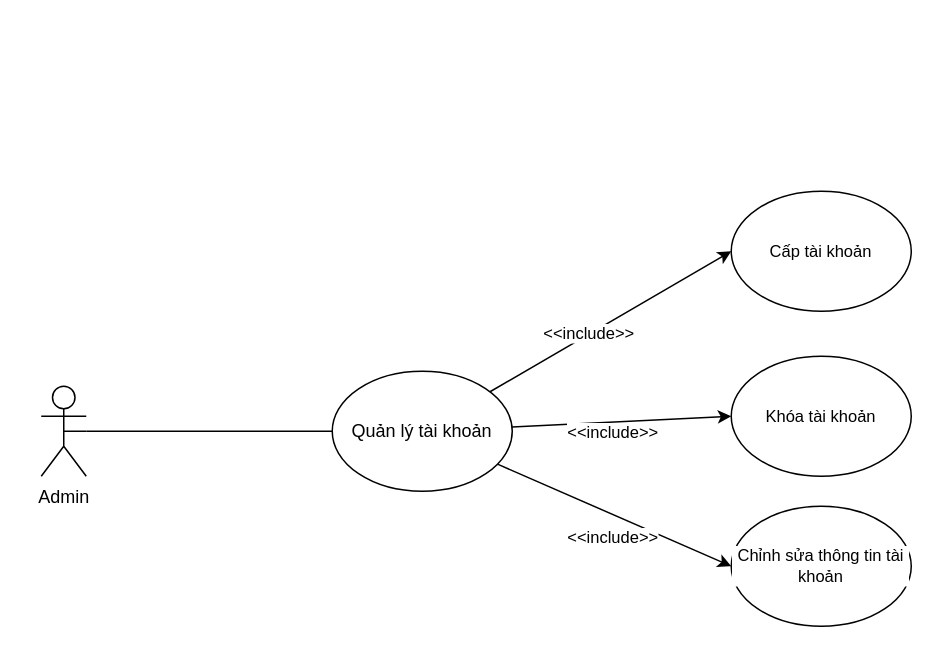
Earlier version of the draw.io diagram page "Quản lý tài khoản" (15 of 25) of Usecase Diagram Bookstore.drawio (KaNguyen3005/Bookstore-System). Source tidied: cells renumbered, new cells numbered last; positions are measured from the earlier drawing's top-left corner, leaving out a move shared by most shapes. Both pictures are drawn from the tidied source at 150%, with x=0, y=0 at pixel (26, 190).
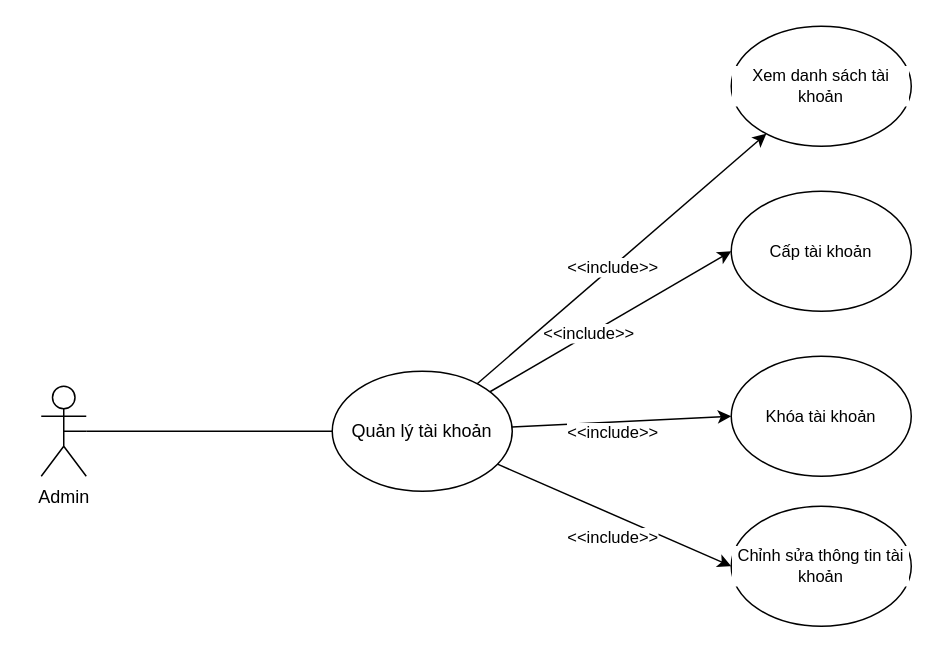
After the change.

The change refers to these unchanged cells:
```xml
<mxCell id="8" value="Quản lý tài khoản" style="ellipse;whiteSpace=wrap;html=1;" parent="1" vertex="1">
  <mxGeometry x="204" y="120" width="120" height="80" as="geometry" />
</mxCell>
```

Change to the diagram source:
```diff
@@
+    <mxCell id="17" value="Xem danh sách tài khoản" style="ellipse;whiteSpace=wrap;html=1;fontFamily=Helvetica;fontSize=11;fontColor=default;labelBackgroundColor=default;" parent="1" vertex="1">
+      <mxGeometry x="470" y="-110" width="120" height="80" as="geometry" />
+    </mxCell>
+    <mxCell id="18" style="endArrow=classic;html=1;rounded=0;" parent="1" edge="1" source="8" target="17">
+      <mxGeometry relative="1" as="geometry" />
+    </mxCell>
+    <mxCell id="19" value="&amp;lt;&amp;lt;include&amp;gt;&amp;gt;" style="edgeLabel;html=1;align=center;verticalAlign=middle;fontFamily=Helvetica;fontSize=11;fontColor=default;labelBackgroundColor=default;" parent="1" vertex="1">
+      <mxGeometry x="390" y="50" as="geometry" />
+    </mxCell>
```
